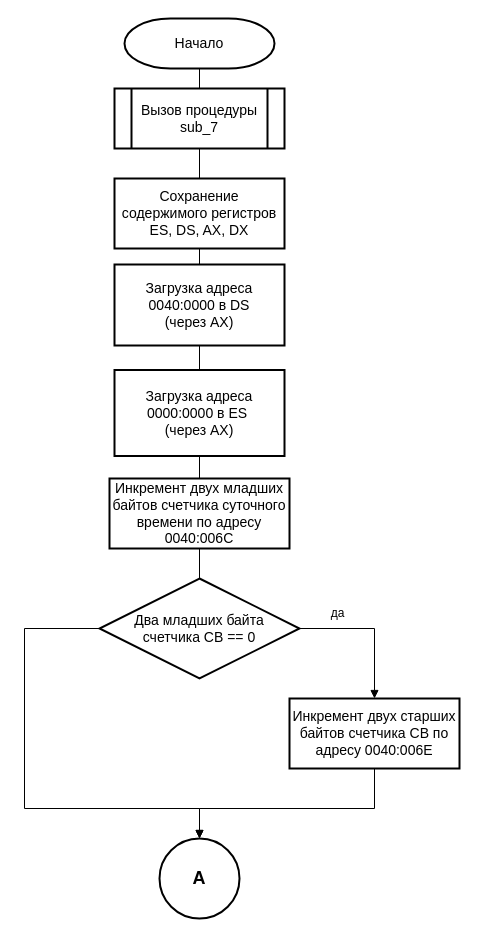
Above: page "int8h_1" (1 of 4) of labs/lab1/int8h.drawio in awarebayes/os (draw.io), before the change. Source tidied: cells renumbered, new cells numbered last; positions are measured from the earlier drawing's top-left corner, leaving out a move shared by most shapes. Both pictures are drawn from the tidied source at 100%, with x=0, y=0 at pixel (24, 18).
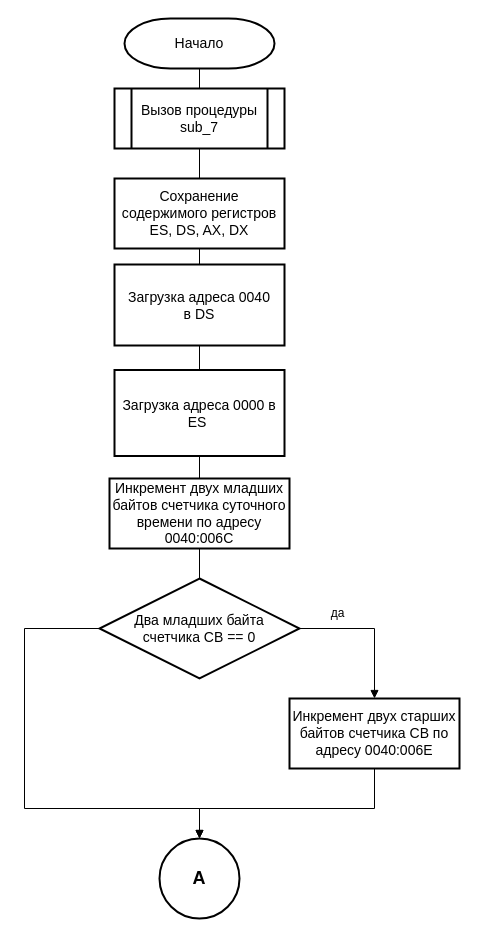
After the change.

Diff of the diagram source:
```diff
@@
-    <mxCell id="17" value="&lt;span style=&quot;font-size: 14px&quot;&gt;Загрузка адреса 0040:0000 в DS&lt;br&gt;(через AX)&lt;br&gt;&lt;/span&gt;" style="whiteSpace=wrap;html=1;strokeWidth=2;" parent="1" vertex="1">
+    <mxCell id="17" value="&lt;span style=&quot;font-size: 14px&quot;&gt;Загрузка адреса 0040 &lt;br&gt;в DS&lt;br&gt;&lt;/span&gt;" style="whiteSpace=wrap;html=1;strokeWidth=2;" parent="1" vertex="1">
       <mxGeometry x="90" y="246" width="170" height="81" as="geometry" />
     </mxCell>
@@
-    <mxCell id="19" value="&lt;span style=&quot;font-size: 14px&quot;&gt;Загрузка адреса 0000:0000 в ES&amp;nbsp;&lt;br&gt;&lt;/span&gt;&lt;span style=&quot;font-size: 14px&quot;&gt;(через AX)&lt;/span&gt;&lt;span style=&quot;font-size: 14px&quot;&gt;&lt;br&gt;&lt;/span&gt;" style="whiteSpace=wrap;html=1;strokeWidth=2;" parent="1" vertex="1">
+    <mxCell id="19" value="&lt;span style=&quot;font-size: 14px&quot;&gt;Загрузка адреса 0000 в ES&amp;nbsp;&lt;/span&gt;&lt;span style=&quot;font-size: 14px&quot;&gt;&lt;br&gt;&lt;/span&gt;" style="whiteSpace=wrap;html=1;strokeWidth=2;" parent="1" vertex="1">
       <mxGeometry x="90" y="351.5" width="170" height="86" as="geometry" />
     </mxCell>
```
